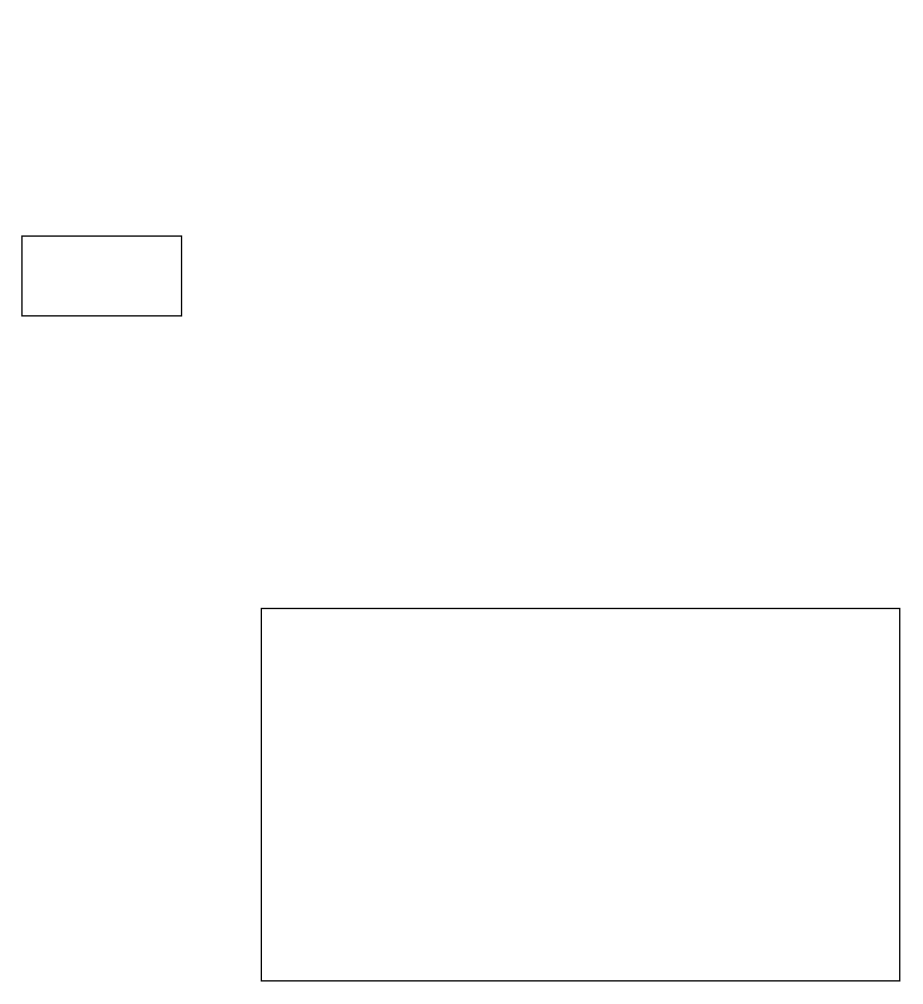
Before: 加载.drawio in wwr1897/JavaYouth, a draw.io diagram. Source tidied: cells renumbered, new cells numbered last; positions are measured from the earlier drawing's top-left corner, leaving out a move shared by most shapes. Both pictures are drawn from the tidied source at 133%, with x=0, y=0 at pixel (21, 235).
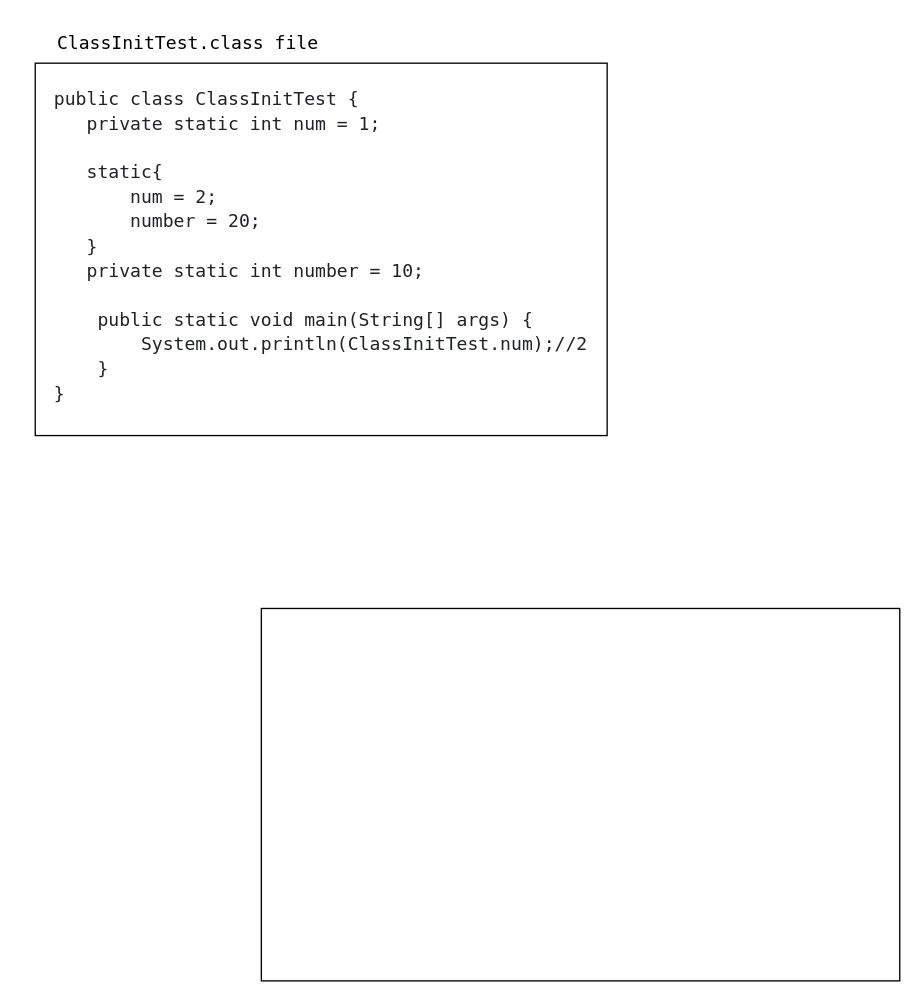
Above is the later version.

What changed in the source:
```diff
@@
 <mxGraphModel>
   <root>
     <mxCell id="0" />
     <mxCell id="1" parent="0" />
     <mxCell id="2" style="rounded=0;whiteSpace=wrap;html=1;" parent="1" vertex="1">
       <mxGeometry x="180" y="280" width="480" height="280" as="geometry" />
     </mxCell>
-    <mxCell id="3" style="rounded=0;whiteSpace=wrap;html=1;" parent="1" vertex="1">
-      <mxGeometry width="120" height="60" as="geometry" />
+    <mxCell id="3" value="&lt;pre style=&quot;box-sizing: border-box; margin-top: 0px; margin-bottom: 0px; overflow-wrap: normal; padding: var(--base-size-16); overflow: auto; line-height: 1.45; border-radius: 6px; word-break: normal; min-height: 52px; text-align: start; color: rgb(31, 35, 40);&quot;&gt;&lt;pre style=&quot;box-sizing: border-box; margin-top: 0px; margin-bottom: 0px; overflow-wrap: normal; padding: var(--base-size-16); overflow: auto; line-height: 1.45; border-radius: 6px; word-break: normal; min-height: 52px; color: rgb(31, 35, 40);&quot;&gt;&lt;font face=&quot;ui-monospace, SFMono-Regular, SF Mono, Menlo, Consolas, Liberation Mono, monospace&quot; color=&quot;#1f2328&quot;&gt;&lt;span style=&quot;font-size: 13.6px; line-height: 100%;&quot;&gt;public class ClassInitTest {&lt;br&gt;   private static int num = 1;&lt;br&gt;&lt;br&gt;   static{&lt;br&gt;       num = 2;&lt;br&gt;       number = 20;&lt;br&gt;   }&lt;br&gt;   private static int number = 10;&lt;br&gt;&lt;br&gt;    public static void main(String[] args) {&lt;br&gt;        System.out.println(ClassInitTest.num);//2&lt;br&gt;    }&lt;br&gt;}&lt;/span&gt;&lt;/font&gt;&lt;font style=&quot;background-color: light-dark(rgb(246, 248, 250), rgb(23, 25, 27));&quot; face=&quot;var(--fontStack-monospace, ui-monospace, SFMono-Regular, SF Mono, Menlo, Consolas, Liberation Mono, monospace)&quot; color=&quot;rgba(0, 0, 0, 0)&quot;&gt;&lt;span style=&quot;font-size: 13.6px;&quot;&gt;&lt;/span&gt;&lt;/font&gt;&lt;/pre&gt;&lt;/pre&gt;" style="rounded=0;whiteSpace=wrap;html=1;" parent="1" vertex="1">
+      <mxGeometry x="10" y="-130" width="430" height="280" as="geometry" />
     </mxCell>
+    <mxCell id="4" value="&lt;font face=&quot;ui-monospace, SFMono-Regular, SF Mono, Menlo, Consolas, Liberation Mono, monospace&quot;&gt;&lt;span style=&quot;font-size: 13.6px;&quot;&gt;ClassInitTest.class file&lt;/span&gt;&lt;/font&gt;" style="text;html=1;align=center;verticalAlign=middle;whiteSpace=wrap;rounded=0;" parent="1" vertex="1">
+      <mxGeometry x="10" y="-160" width="230" height="30" as="geometry" />
+    </mxCell>
   </root>
 </mxGraphModel>
```
